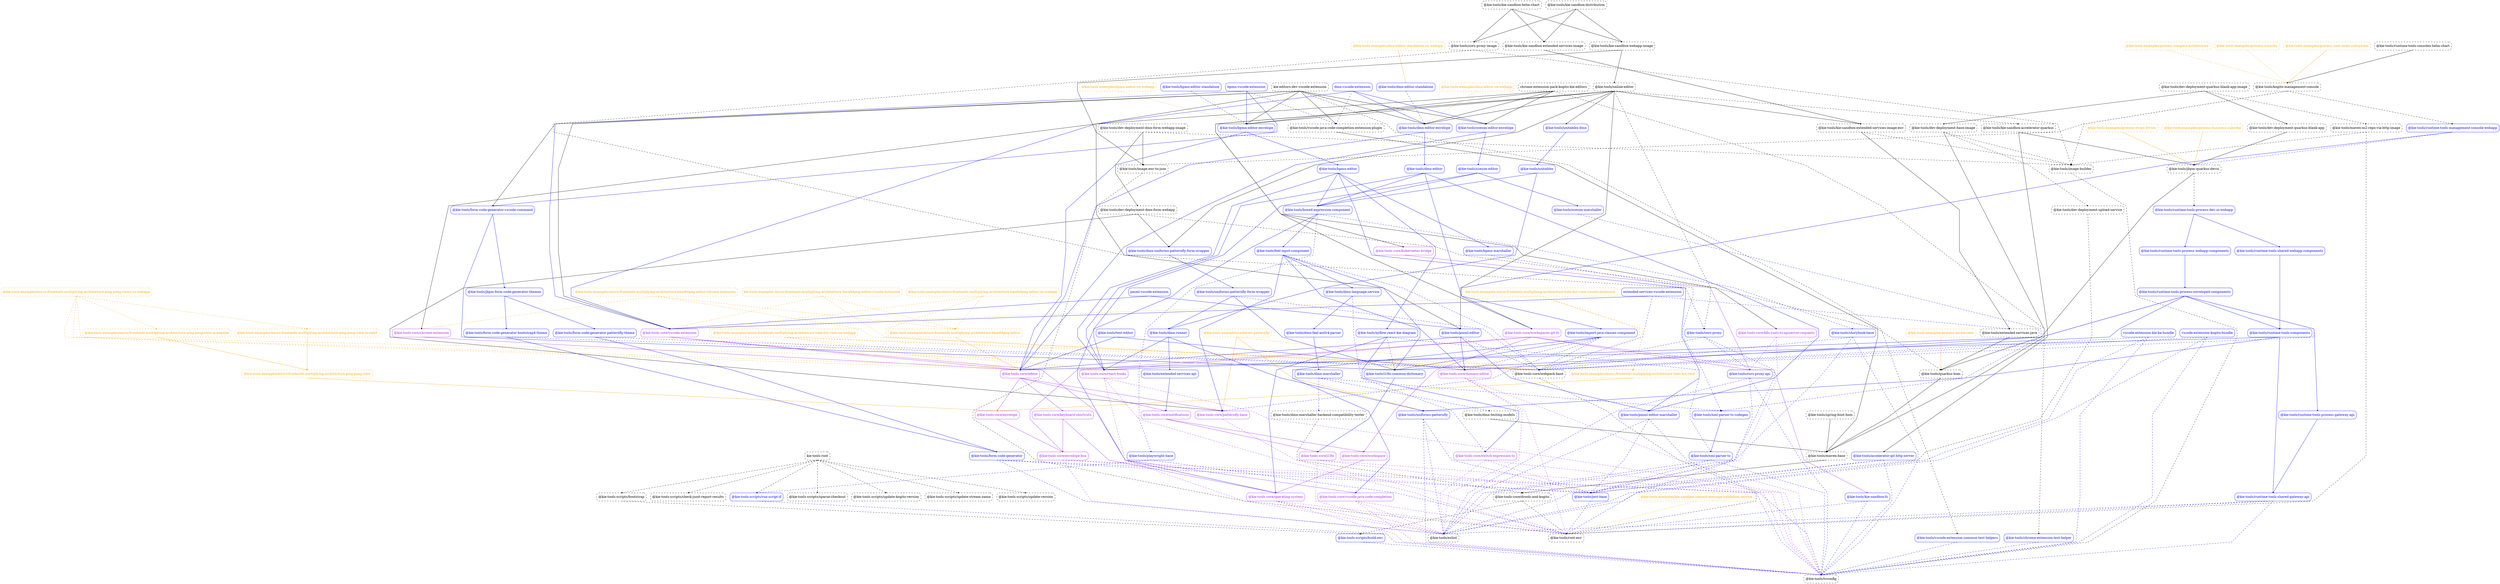
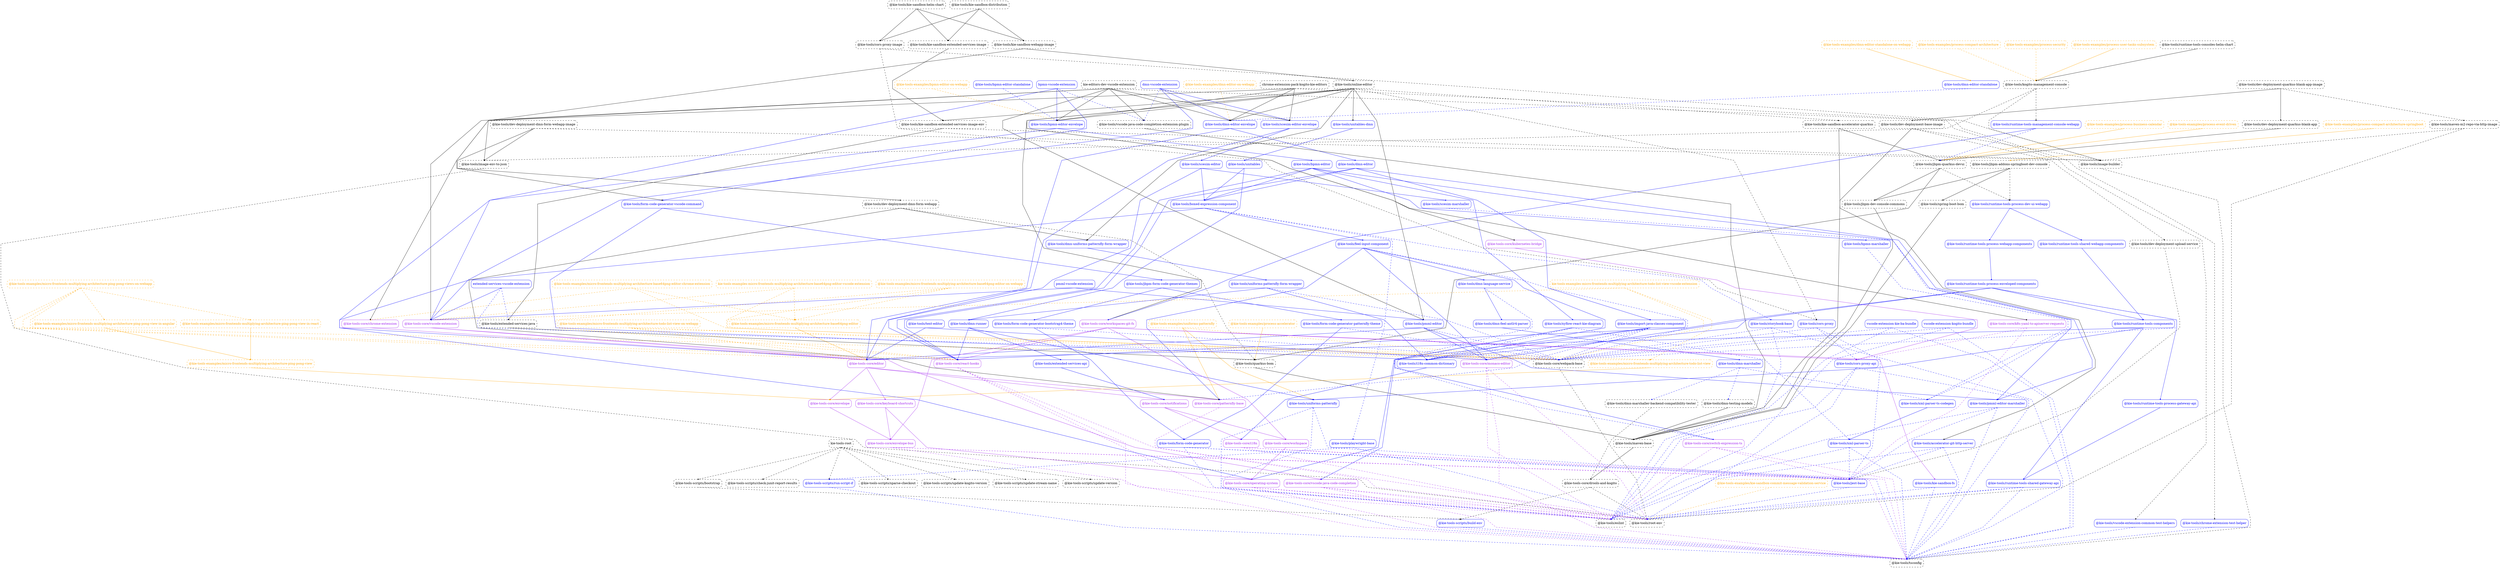
digraph G {
  graph [ ranksep =2, splines = "polyline", rankdir =TB, ordering = "out" ];
  node [ shape =box ];
  edge [ headport = "n", tailport = "s", arrowhead =dot, arrowsize =0.5 ];
  "kie-tools-root" [ color = "black", fontcolor = "black", style = "dashed, rounded" ];
  "@kie-tools-scripts/bootstrap" [ color = "black", fontcolor = "black", style = "dashed, rounded" ];
  "@kie-tools-scripts/check-junit-report-results" [ color = "black", fontcolor = "black", style = "dashed, rounded" ];
  "@kie-tools-scripts/run-script-if" [ color = "blue", fontcolor = "blue", style = "rounded" ];
  "@kie-tools-scripts/sparse-checkout" [ color = "black", fontcolor = "black", style = "dashed, rounded" ];
  "@kie-tools-scripts/update-kogito-version" [ color = "black", fontcolor = "black", style = "dashed, rounded" ];
  "@kie-tools-scripts/update-stream-name" [ color = "black", fontcolor = "black", style = "dashed, rounded" ];
  "@kie-tools-scripts/update-version" [ color = "black", fontcolor = "black", style = "dashed, rounded" ];
  "@kie-tools-examples/bpmn-editor-on-webapp" [ color = "orange", fontcolor = "orange", style = "dashed, rounded" ];
  "@kie-tools/bpmn-editor-envelope" [ color = "blue", fontcolor = "blue", style = "rounded" ];
  "@kie-tools-examples/dmn-editor-on-webapp" [ color = "orange", fontcolor = "orange", style = "dashed, rounded" ];
  "@kie-tools/dmn-editor-envelope" [ color = "blue", fontcolor = "blue", style = "rounded" ];
  "@kie-tools-examples/dmn-editor-standalone-on-webapp" [ color = "orange", fontcolor = "orange", style = "dashed, rounded" ];
  "@kie-tools/dmn-editor-standalone" [ color = "blue", fontcolor = "blue", style = "rounded" ];
  "@kie-tools-examples/kie-sandbox-commit-message-validation-service" [ color = "orange", fontcolor = "orange", style = "dashed, rounded" ];
  "@kie-tools/root-env" [ color = "black", fontcolor = "black", style = "dashed, rounded" ];
  "@kie-tools-examples/micro-frontends-multiplying-architecture-base64png-editor" [ color = "orange", fontcolor = "orange", style = "dashed, rounded" ];
  "@kie-tools-core/editor" [ color = "purple", fontcolor = "purple", style = "rounded" ];
  "@kie-tools-examples/micro-frontends-multiplying-architecture-base64png-editor-chrome-extension" [ color = "orange", fontcolor = "orange", style = "dashed, rounded" ];
  "@kie-tools-core/chrome-extension" [ color = "purple", fontcolor = "purple", style = "rounded" ];
  "@kie-tools-core/webpack-base" [ color = "black", fontcolor = "black", style = "dashed, rounded" ];
  "@kie-tools-examples/micro-frontends-multiplying-architecture-base64png-editor-on-webapp" [ color = "orange", fontcolor = "orange", style = "dashed, rounded" ];
  "@kie-tools-core/react-hooks" [ color = "purple", fontcolor = "purple", style = "rounded" ];
  "kie-tools-examples-micro-frontends-multiplying-architecture-base64png-editor-vscode-extension" [ color = "orange", fontcolor = "orange", style = "dashed, rounded" ];
  "@kie-tools-core/vscode-extension" [ color = "purple", fontcolor = "purple", style = "rounded" ];
  "@kie-tools-examples/micro-frontends-multiplying-architecture-ping-pong-view" [ color = "orange", fontcolor = "orange", style = "dashed, rounded" ];
  "@kie-tools-core/envelope" [ color = "purple", fontcolor = "purple", style = "rounded" ];
  "@kie-tools-examples/micro-frontends-multiplying-architecture-ping-pong-view-in-angular" [ color = "orange", fontcolor = "orange", style = "dashed, rounded" ];
  "@kie-tools-examples/micro-frontends-multiplying-architecture-ping-pong-view-in-react" [ color = "orange", fontcolor = "orange", style = "dashed, rounded" ];
  "@kie-tools-examples/micro-frontends-multiplying-architecture-ping-pong-views-on-webapp" [ color = "orange", fontcolor = "orange", style = "dashed, rounded" ];
  "@kie-tools-examples/micro-frontends-multiplying-architecture-todo-list-view" [ color = "orange", fontcolor = "orange", style = "dashed, rounded" ];
  "@kie-tools-examples/micro-frontends-multiplying-architecture-todo-list-view-on-webapp" [ color = "orange", fontcolor = "orange", style = "dashed, rounded" ];
  "kie-tools-examples-micro-frontends-multiplying-architecture-todo-list-view-vscode-extension" [ color = "orange", fontcolor = "orange", style = "dashed, rounded" ];
  "@kie-tools-examples/process-accelerator" [ color = "orange", fontcolor = "orange", style = "dashed, rounded" ];
  "@kie-tools/quarkus-bom" [ color = "black", fontcolor = "black", style = "dashed, rounded" ];
  "@kie-tools-examples/process-business-calendar" [ color = "orange", fontcolor = "orange", style = "dashed, rounded" ];
  "@kie-tools/jbpm-quarkus-devui" [ color = "black", fontcolor = "black", style = "dashed, rounded" ];
  "@kie-tools-examples/process-compact-architecture" [ color = "orange", fontcolor = "orange", style = "dashed, rounded" ];
  "@kie-tools/kogito-management-console" [ color = "black", fontcolor = "black", style = "dashed, rounded" ];
+   "@kie-tools-examples/process-compact-architecture-springboot" [ color = "orange", fontcolor = "orange", style = "dashed, rounded" ];
+   "@kie-tools/jbpm-addons-springboot-dev-console" [ color = "black", fontcolor = "black", style = "dashed, rounded" ];
  "@kie-tools-examples/process-event-driven" [ color = "orange", fontcolor = "orange", style = "dashed, rounded" ];
  "@kie-tools-examples/process-security" [ color = "orange", fontcolor = "orange", style = "dashed, rounded" ];
  "@kie-tools-examples/process-user-tasks-subsystem" [ color = "orange", fontcolor = "orange", style = "dashed, rounded" ];
  "@kie-tools-examples/uniforms-patternfly" [ color = "orange", fontcolor = "orange", style = "dashed, rounded" ];
  "@kie-tools-core/patternfly-base" [ color = "purple", fontcolor = "purple", style = "rounded" ];
  "@kie-tools/uniforms-patternfly" [ color = "blue", fontcolor = "blue", style = "rounded" ];
  "@kie-tools/accelerator-git-http-server" [ color = "blue", fontcolor = "blue", style = "rounded" ];
  "@kie-tools/eslint" [ color = "black", fontcolor = "black", style = "dashed, rounded" ];
  "@kie-tools/jest-base" [ color = "blue", fontcolor = "blue", style = "rounded" ];
  "@kie-tools/tsconfig" [ color = "black", fontcolor = "black", style = "dashed, rounded" ];
  "@kie-tools/boxed-expression-component" [ color = "blue", fontcolor = "blue", style = "rounded" ];
  "@kie-tools-core/operating-system" [ color = "purple", fontcolor = "purple", style = "rounded" ];
  "@kie-tools/feel-input-component" [ color = "blue", fontcolor = "blue", style = "rounded" ];
  "@kie-tools/playwright-base" [ color = "blue", fontcolor = "blue", style = "rounded" ];
  "@kie-tools/storybook-base" [ color = "blue", fontcolor = "blue", style = "rounded" ];
  "@kie-tools/bpmn-editor" [ color = "blue", fontcolor = "blue", style = "rounded" ];
  "@kie-tools/bpmn-marshaller" [ color = "blue", fontcolor = "blue", style = "rounded" ];
  "@kie-tools/pmml-editor-marshaller" [ color = "blue", fontcolor = "blue", style = "rounded" ];
  "@kie-tools/xyflow-react-kie-diagram" [ color = "blue", fontcolor = "blue", style = "rounded" ];
  "@kie-tools/bpmn-editor-standalone" [ color = "blue", fontcolor = "blue", style = "rounded" ];
  "@kie-tools/xml-parser-ts-codegen" [ color = "blue", fontcolor = "blue", style = "rounded" ];
  "bpmn-vscode-extension" [ color = "blue", fontcolor = "blue", style = "rounded" ];
  "@kie-tools/form-code-generator-vscode-command" [ color = "blue", fontcolor = "blue", style = "rounded" ];
  "@kie-tools/vscode-java-code-completion-extension-plugin" [ color = "black", fontcolor = "black", style = "dashed, rounded" ];
  "chrome-extension-pack-kogito-kie-editors" [ color = "black", fontcolor = "black", style = "dashed, rounded" ];
  "@kie-tools/scesim-editor-envelope" [ color = "blue", fontcolor = "blue", style = "rounded" ];
  "@kie-tools/chrome-extension-test-helper" [ color = "blue", fontcolor = "blue", style = "rounded" ];
  "@kie-tools/cors-proxy" [ color = "blue", fontcolor = "blue", style = "rounded" ];
  "@kie-tools/cors-proxy-api" [ color = "blue", fontcolor = "blue", style = "rounded" ];
  "@kie-tools/cors-proxy-image" [ color = "black", fontcolor = "black", style = "dashed, rounded" ];
  "@kie-tools/image-builder" [ color = "black", fontcolor = "black", style = "dashed, rounded" ];
  "@kie-tools/dev-deployment-base-image" [ color = "black", fontcolor = "black", style = "dashed, rounded" ];
  "@kie-tools/maven-base" [ color = "black", fontcolor = "black", style = "dashed, rounded" ];
  "@kie-tools/dev-deployment-upload-service" [ color = "black", fontcolor = "black", style = "dashed, rounded" ];
  "@kie-tools/dev-deployment-dmn-form-webapp" [ color = "black", fontcolor = "black", style = "dashed, rounded" ];
  "@kie-tools/dmn-uniforms-patternfly-form-wrapper" [ color = "blue", fontcolor = "blue", style = "rounded" ];
  "@kie-tools/dev-deployment-dmn-form-webapp-image" [ color = "black", fontcolor = "black", style = "dashed, rounded" ];
  "@kie-tools/image-env-to-json" [ color = "black", fontcolor = "black", style = "dashed, rounded" ];
  "@kie-tools/dev-deployment-quarkus-blank-app" [ color = "black", fontcolor = "black", style = "dashed, rounded" ];
  "@kie-tools/dev-deployment-quarkus-blank-app-image" [ color = "black", fontcolor = "black", style = "dashed, rounded" ];
  "@kie-tools/maven-m2-repo-via-http-image" [ color = "black", fontcolor = "black", style = "dashed, rounded" ];
  "@kie-tools/dmn-editor" [ color = "blue", fontcolor = "blue", style = "rounded" ];
  "@kie-tools/import-java-classes-component" [ color = "blue", fontcolor = "blue", style = "rounded" ];
  "@kie-tools/dmn-feel-antlr4-parser" [ color = "blue", fontcolor = "blue", style = "rounded" ];
  "@kie-tools/dmn-marshaller" [ color = "blue", fontcolor = "blue", style = "rounded" ];
  "@kie-tools/dmn-language-service" [ color = "blue", fontcolor = "blue", style = "rounded" ];
  "@kie-tools-core/switch-expression-ts" [ color = "purple", fontcolor = "purple", style = "rounded" ];
  "@kie-tools/dmn-marshaller-backend-compatibility-tester" [ color = "black", fontcolor = "black", style = "dashed, rounded" ];
  "@kie-tools/dmn-testing-models" [ color = "black", fontcolor = "black", style = "dashed, rounded" ];
  "@kie-tools-core/drools-and-kogito" [ color = "black", fontcolor = "black", style = "dashed, rounded" ];
  "@kie-tools/dmn-runner" [ color = "blue", fontcolor = "blue", style = "rounded" ];
  "@kie-tools/extended-services-api" [ color = "blue", fontcolor = "blue", style = "rounded" ];
  "@kie-tools/uniforms-patternfly-form-wrapper" [ color = "blue", fontcolor = "blue", style = "rounded" ];
  "dmn-vscode-extension" [ color = "blue", fontcolor = "blue", style = "rounded" ];
  "@kie-tools-scripts/build-env" [ color = "blue", fontcolor = "blue", style = "rounded" ];
  "@kie-tools-core/keyboard-shortcuts" [ color = "purple", fontcolor = "purple", style = "rounded" ];
  "@kie-tools-core/notifications" [ color = "purple", fontcolor = "purple", style = "rounded" ];
  "@kie-tools-core/envelope-bus" [ color = "purple", fontcolor = "purple", style = "rounded" ];
  "@kie-tools/extended-services-java" [ color = "black", fontcolor = "black", style = "dashed, rounded" ];
  "extended-services-vscode-extension" [ color = "blue", fontcolor = "blue", style = "rounded" ];
  "@kie-tools-core/monaco-editor" [ color = "purple", fontcolor = "purple", style = "rounded" ];
  "@kie-tools/i18n-common-dictionary" [ color = "blue", fontcolor = "blue", style = "rounded" ];
  "@kie-tools/form-code-generator" [ color = "blue", fontcolor = "blue", style = "rounded" ];
  "@kie-tools/form-code-generator-bootstrap4-theme" [ color = "blue", fontcolor = "blue", style = "rounded" ];
  "@kie-tools/form-code-generator-patternfly-theme" [ color = "blue", fontcolor = "blue", style = "rounded" ];
  "@kie-tools/jbpm-form-code-generator-themes" [ color = "blue", fontcolor = "blue", style = "rounded" ];
  "@kie-tools-core/i18n" [ color = "purple", fontcolor = "purple", style = "rounded" ];
  "@kie-tools-core/vscode-java-code-completion" [ color = "purple", fontcolor = "purple", style = "rounded" ];
+   "@kie-tools/jbpm-dev-console-commons" [ color = "black", fontcolor = "black", style = "dashed, rounded" ];
+   "@kie-tools/spring-boot-bom" [ color = "black", fontcolor = "black", style = "dashed, rounded" ];
  "@kie-tools/runtime-tools-process-dev-ui-webapp" [ color = "blue", fontcolor = "blue", style = "rounded" ];
  "@kie-tools-core/k8s-yaml-to-apiserver-requests" [ color = "purple", fontcolor = "purple", style = "rounded" ];
  "kie-editors-dev-vscode-extension" [ color = "black", fontcolor = "black", style = "dashed, rounded" ];
  "@kie-tools/pmml-editor" [ color = "blue", fontcolor = "blue", style = "rounded" ];
  "@kie-tools/vscode-extension-common-test-helpers" [ color = "blue", fontcolor = "blue", style = "rounded" ];
  "@kie-tools/kie-sandbox-accelerator-quarkus" [ color = "black", fontcolor = "black", style = "dashed, rounded" ];
  "@kie-tools/kie-sandbox-distribution" [ color = "black", fontcolor = "black", style = "dashed, rounded" ];
  "@kie-tools/kie-sandbox-extended-services-image" [ color = "black", fontcolor = "black", style = "dashed, rounded" ];
  "@kie-tools/kie-sandbox-webapp-image" [ color = "black", fontcolor = "black", style = "dashed, rounded" ];
  "@kie-tools/kie-sandbox-extended-services-image-env" [ color = "black", fontcolor = "black", style = "dashed, rounded" ];
  "@kie-tools/kie-sandbox-fs" [ color = "blue", fontcolor = "blue", style = "rounded" ];
  "@kie-tools/kie-sandbox-helm-chart" [ color = "black", fontcolor = "black", style = "dashed, rounded" ];
  "@kie-tools/online-editor" [ color = "black", fontcolor = "black", style = "dashed, rounded" ];
  "@kie-tools/runtime-tools-management-console-webapp" [ color = "blue", fontcolor = "blue", style = "rounded" ];
  "@kie-tools-core/kubernetes-bridge" [ color = "purple", fontcolor = "purple", style = "rounded" ];
  "@kie-tools-core/workspace" [ color = "purple", fontcolor = "purple", style = "rounded" ];
  "@kie-tools-core/workspaces-git-fs" [ color = "purple", fontcolor = "purple", style = "rounded" ];
  "@kie-tools/unitables-dmn" [ color = "blue", fontcolor = "blue", style = "rounded" ];
  "pmml-vscode-extension" [ color = "blue", fontcolor = "blue", style = "rounded" ];
  "@kie-tools/runtime-tools-components" [ color = "blue", fontcolor = "blue", style = "rounded" ];
  "@kie-tools/runtime-tools-shared-gateway-api" [ color = "blue", fontcolor = "blue", style = "rounded" ];
  "@kie-tools/runtime-tools-consoles-helm-chart" [ color = "black", fontcolor = "black", style = "dashed, rounded" ];
  "@kie-tools/runtime-tools-process-webapp-components" [ color = "blue", fontcolor = "blue", style = "rounded" ];
  "@kie-tools/runtime-tools-shared-webapp-components" [ color = "blue", fontcolor = "blue", style = "rounded" ];
  "@kie-tools/runtime-tools-process-enveloped-components" [ color = "blue", fontcolor = "blue", style = "rounded" ];
  "@kie-tools/runtime-tools-process-gateway-api" [ color = "blue", fontcolor = "blue", style = "rounded" ];
  "@kie-tools/scesim-editor" [ color = "blue", fontcolor = "blue", style = "rounded" ];
  "@kie-tools/scesim-marshaller" [ color = "blue", fontcolor = "blue", style = "rounded" ];
-   "@kie-tools/spring-boot-bom" [ color = "black", fontcolor = "black", style = "dashed, rounded" ];
  "@kie-tools/text-editor" [ color = "blue", fontcolor = "blue", style = "rounded" ];
  "@kie-tools/unitables" [ color = "blue", fontcolor = "blue", style = "rounded" ];
  "vscode-extension-kie-ba-bundle" [ color = "blue", fontcolor = "blue", style = "rounded" ];
  "vscode-extension-kogito-bundle" [ color = "blue", fontcolor = "blue", style = "rounded" ];
  "@kie-tools/xml-parser-ts" [ color = "blue", fontcolor = "blue", style = "rounded" ];
  "kie-tools-root" -> "@kie-tools-scripts/bootstrap" [ style = "dashed", color = "black" ];
  "kie-tools-root" -> "@kie-tools-scripts/check-junit-report-results" [ style = "dashed", color = "black" ];
  "kie-tools-root" -> "@kie-tools-scripts/run-script-if" [ style = "dashed", color = "black" ];
  "kie-tools-root" -> "@kie-tools-scripts/sparse-checkout" [ style = "dashed", color = "black" ];
  "kie-tools-root" -> "@kie-tools-scripts/update-kogito-version" [ style = "dashed", color = "black" ];
  "kie-tools-root" -> "@kie-tools-scripts/update-stream-name" [ style = "dashed", color = "black" ];
  "kie-tools-root" -> "@kie-tools-scripts/update-version" [ style = "dashed", color = "black" ];
  "@kie-tools-examples/bpmn-editor-on-webapp" -> "@kie-tools/bpmn-editor-envelope" [ style = "dashed", color = "orange" ];
  "@kie-tools-examples/dmn-editor-on-webapp" -> "@kie-tools/dmn-editor-envelope" [ style = "dashed", color = "orange" ];
  "@kie-tools-examples/dmn-editor-standalone-on-webapp" -> "@kie-tools/dmn-editor-standalone" [ style = "solid", color = "orange" ];
  "@kie-tools-examples/kie-sandbox-commit-message-validation-service" -> "@kie-tools/root-env" [ style = "dashed", color = "orange" ];
  "@kie-tools-examples/micro-frontends-multiplying-architecture-base64png-editor" -> "@kie-tools-core/editor" [ style = "solid", color = "orange" ];
  "@kie-tools-examples/micro-frontends-multiplying-architecture-base64png-editor-chrome-extension" -> "@kie-tools-core/chrome-extension" [ style = "dashed", color = "orange" ];
  "@kie-tools-examples/micro-frontends-multiplying-architecture-base64png-editor-chrome-extension" -> "@kie-tools-core/webpack-base" [ style = "dashed", color = "orange" ];
  "@kie-tools-examples/micro-frontends-multiplying-architecture-base64png-editor-chrome-extension" -> "@kie-tools-examples/micro-frontends-multiplying-architecture-base64png-editor" [ style = "dashed", color = "orange" ];
  "@kie-tools-examples/micro-frontends-multiplying-architecture-base64png-editor-on-webapp" -> "@kie-tools-core/react-hooks" [ style = "dashed", color = "orange" ];
  "@kie-tools-examples/micro-frontends-multiplying-architecture-base64png-editor-on-webapp" -> "@kie-tools-core/webpack-base" [ style = "dashed", color = "orange" ];
  "@kie-tools-examples/micro-frontends-multiplying-architecture-base64png-editor-on-webapp" -> "@kie-tools-examples/micro-frontends-multiplying-architecture-base64png-editor" [ style = "dashed", color = "orange" ];
  "kie-tools-examples-micro-frontends-multiplying-architecture-base64png-editor-vscode-extension" -> "@kie-tools-core/vscode-extension" [ style = "dashed", color = "orange" ];
  "kie-tools-examples-micro-frontends-multiplying-architecture-base64png-editor-vscode-extension" -> "@kie-tools-core/webpack-base" [ style = "dashed", color = "orange" ];
  "kie-tools-examples-micro-frontends-multiplying-architecture-base64png-editor-vscode-extension" -> "@kie-tools-examples/micro-frontends-multiplying-architecture-base64png-editor" [ style = "dashed", color = "orange" ];
  "@kie-tools-examples/micro-frontends-multiplying-architecture-ping-pong-view" -> "@kie-tools-core/envelope" [ style = "solid", color = "orange" ];
  "@kie-tools-examples/micro-frontends-multiplying-architecture-ping-pong-view-in-angular" -> "@kie-tools-examples/micro-frontends-multiplying-architecture-ping-pong-view" [ style = "solid", color = "orange" ];
  "@kie-tools-examples/micro-frontends-multiplying-architecture-ping-pong-view-in-react" -> "@kie-tools-examples/micro-frontends-multiplying-architecture-ping-pong-view" [ style = "solid", color = "orange" ];
  "@kie-tools-examples/micro-frontends-multiplying-architecture-ping-pong-views-on-webapp" -> "@kie-tools-core/editor" [ style = "dashed", color = "orange" ];
  "@kie-tools-examples/micro-frontends-multiplying-architecture-ping-pong-views-on-webapp" -> "@kie-tools-core/react-hooks" [ style = "dashed", color = "orange" ];
  "@kie-tools-examples/micro-frontends-multiplying-architecture-ping-pong-views-on-webapp" -> "@kie-tools-core/webpack-base" [ style = "dashed", color = "orange" ];
  "@kie-tools-examples/micro-frontends-multiplying-architecture-ping-pong-views-on-webapp" -> "@kie-tools-examples/micro-frontends-multiplying-architecture-ping-pong-view-in-angular" [ style = "dashed", color = "orange" ];
  "@kie-tools-examples/micro-frontends-multiplying-architecture-ping-pong-views-on-webapp" -> "@kie-tools-examples/micro-frontends-multiplying-architecture-ping-pong-view-in-react" [ style = "dashed", color = "orange" ];
  "@kie-tools-examples/micro-frontends-multiplying-architecture-todo-list-view" -> "@kie-tools-core/envelope" [ style = "solid", color = "orange" ];
  "@kie-tools-examples/micro-frontends-multiplying-architecture-todo-list-view-on-webapp" -> "@kie-tools-core/editor" [ style = "dashed", color = "orange" ];
  "@kie-tools-examples/micro-frontends-multiplying-architecture-todo-list-view-on-webapp" -> "@kie-tools-core/react-hooks" [ style = "dashed", color = "orange" ];
  "@kie-tools-examples/micro-frontends-multiplying-architecture-todo-list-view-on-webapp" -> "@kie-tools-core/webpack-base" [ style = "dashed", color = "orange" ];
  "@kie-tools-examples/micro-frontends-multiplying-architecture-todo-list-view-on-webapp" -> "@kie-tools-examples/micro-frontends-multiplying-architecture-todo-list-view" [ style = "dashed", color = "orange" ];
  "kie-tools-examples-micro-frontends-multiplying-architecture-todo-list-view-vscode-extension" -> "@kie-tools-core/vscode-extension" [ style = "dashed", color = "orange" ];
  "kie-tools-examples-micro-frontends-multiplying-architecture-todo-list-view-vscode-extension" -> "@kie-tools-core/webpack-base" [ style = "dashed", color = "orange" ];
  "kie-tools-examples-micro-frontends-multiplying-architecture-todo-list-view-vscode-extension" -> "@kie-tools-examples/micro-frontends-multiplying-architecture-todo-list-view" [ style = "dashed", color = "orange" ];
  "@kie-tools-examples/process-accelerator" -> "@kie-tools/quarkus-bom" [ style = "solid", color = "orange" ];
  "@kie-tools-examples/process-business-calendar" -> "@kie-tools/jbpm-quarkus-devui" [ style = "solid", color = "orange" ];
  "@kie-tools-examples/process-compact-architecture" -> "@kie-tools/kogito-management-console" [ style = "dashed", color = "orange" ];
+   "@kie-tools-examples/process-compact-architecture-springboot" -> "@kie-tools/jbpm-addons-springboot-dev-console" [ style = "solid", color = "orange" ];
  "@kie-tools-examples/process-event-driven" -> "@kie-tools/jbpm-quarkus-devui" [ style = "solid", color = "orange" ];
  "@kie-tools-examples/process-security" -> "@kie-tools/kogito-management-console" [ style = "dashed", color = "orange" ];
  "@kie-tools-examples/process-user-tasks-subsystem" -> "@kie-tools/kogito-management-console" [ style = "solid", color = "orange" ];
  "@kie-tools-examples/uniforms-patternfly" -> "@kie-tools-core/patternfly-base" [ style = "solid", color = "orange" ];
  "@kie-tools-examples/uniforms-patternfly" -> "@kie-tools/uniforms-patternfly" [ style = "solid", color = "orange" ];
  "@kie-tools-examples/uniforms-patternfly" -> "@kie-tools-core/webpack-base" [ style = "dashed", color = "orange" ];
  "@kie-tools/accelerator-git-http-server" -> "@kie-tools/eslint" [ style = "dashed", color = "blue" ];
  "@kie-tools/accelerator-git-http-server" -> "@kie-tools/jest-base" [ style = "dashed", color = "blue" ];
  "@kie-tools/accelerator-git-http-server" -> "@kie-tools/tsconfig" [ style = "dashed", color = "blue" ];
  "@kie-tools/boxed-expression-component" -> "@kie-tools-core/operating-system" [ style = "solid", color = "blue" ];
  "@kie-tools/boxed-expression-component" -> "@kie-tools/feel-input-component" [ style = "solid", color = "blue" ];
  "@kie-tools/boxed-expression-component" -> "@kie-tools/playwright-base" [ style = "dashed", color = "blue" ];
  "@kie-tools/boxed-expression-component" -> "@kie-tools/storybook-base" [ style = "dashed", color = "blue" ];
  "@kie-tools/bpmn-editor" -> "@kie-tools-core/react-hooks" [ style = "solid", color = "blue" ];
  "@kie-tools/bpmn-editor" -> "@kie-tools/boxed-expression-component" [ style = "solid", color = "blue" ];
  "@kie-tools/bpmn-editor" -> "@kie-tools/bpmn-marshaller" [ style = "solid", color = "blue" ];
  "@kie-tools/bpmn-editor" -> "@kie-tools/pmml-editor-marshaller" [ style = "solid", color = "blue" ];
  "@kie-tools/bpmn-editor" -> "@kie-tools/xyflow-react-kie-diagram" [ style = "solid", color = "blue" ];
  "@kie-tools/bpmn-editor-envelope" -> "@kie-tools-core/editor" [ style = "solid", color = "blue" ];
  "@kie-tools/bpmn-editor-envelope" -> "@kie-tools/bpmn-editor" [ style = "solid", color = "blue" ];
  "@kie-tools/bpmn-editor-standalone" -> "@kie-tools/bpmn-editor-envelope" [ style = "dashed", color = "blue" ];
  "@kie-tools/bpmn-marshaller" -> "@kie-tools/xml-parser-ts-codegen" [ style = "dashed", color = "blue" ];
  "bpmn-vscode-extension" -> "@kie-tools-core/vscode-extension" [ style = "solid", color = "blue" ];
  "bpmn-vscode-extension" -> "@kie-tools/bpmn-editor-envelope" [ style = "solid", color = "blue" ];
  "bpmn-vscode-extension" -> "@kie-tools/form-code-generator-vscode-command" [ style = "solid", color = "blue" ];
  "bpmn-vscode-extension" -> "@kie-tools/vscode-java-code-completion-extension-plugin" [ style = "dashed", color = "blue" ];
  "@kie-tools-core/chrome-extension" -> "@kie-tools-core/editor" [ style = "solid", color = "purple" ];
  "chrome-extension-pack-kogito-kie-editors" -> "@kie-tools-core/chrome-extension" [ style = "solid", color = "black" ];
  "chrome-extension-pack-kogito-kie-editors" -> "@kie-tools/bpmn-editor-envelope" [ style = "solid", color = "black" ];
  "chrome-extension-pack-kogito-kie-editors" -> "@kie-tools/dmn-editor-envelope" [ style = "solid", color = "black" ];
  "chrome-extension-pack-kogito-kie-editors" -> "@kie-tools/scesim-editor-envelope" [ style = "solid", color = "black" ];
  "chrome-extension-pack-kogito-kie-editors" -> "@kie-tools/chrome-extension-test-helper" [ style = "dashed", color = "black" ];
  "@kie-tools/chrome-extension-test-helper" -> "@kie-tools/tsconfig" [ style = "dashed", color = "blue" ];
  "@kie-tools/cors-proxy" -> "@kie-tools-core/webpack-base" [ style = "dashed", color = "blue" ];
  "@kie-tools/cors-proxy" -> "@kie-tools/cors-proxy-api" [ style = "dashed", color = "blue" ];
  "@kie-tools/cors-proxy" -> "@kie-tools/jest-base" [ style = "dashed", color = "blue" ];
  "@kie-tools/cors-proxy-api" -> "@kie-tools/eslint" [ style = "dashed", color = "blue" ];
  "@kie-tools/cors-proxy-api" -> "@kie-tools/root-env" [ style = "dashed", color = "blue" ];
  "@kie-tools/cors-proxy-api" -> "@kie-tools/tsconfig" [ style = "dashed", color = "blue" ];
  "@kie-tools/cors-proxy-image" -> "@kie-tools/cors-proxy" [ style = "dashed", color = "black" ];
  "@kie-tools/cors-proxy-image" -> "@kie-tools/image-builder" [ style = "dashed", color = "black" ];
  "@kie-tools/dev-deployment-base-image" -> "@kie-tools/maven-base" [ style = "solid", color = "black" ];
  "@kie-tools/dev-deployment-base-image" -> "@kie-tools/dev-deployment-upload-service" [ style = "dashed", color = "black" ];
  "@kie-tools/dev-deployment-base-image" -> "@kie-tools/image-builder" [ style = "dashed", color = "black" ];
  "@kie-tools/dev-deployment-dmn-form-webapp" -> "@kie-tools-core/patternfly-base" [ style = "solid", color = "black" ];
  "@kie-tools/dev-deployment-dmn-form-webapp" -> "@kie-tools/dmn-uniforms-patternfly-form-wrapper" [ style = "solid", color = "black" ];
  "@kie-tools/dev-deployment-dmn-form-webapp" -> "@kie-tools/quarkus-bom" [ style = "dashed", color = "black" ];
  "@kie-tools/dev-deployment-dmn-form-webapp-image" -> "@kie-tools/dev-deployment-dmn-form-webapp" [ style = "solid", color = "black" ];
  "@kie-tools/dev-deployment-dmn-form-webapp-image" -> "@kie-tools/image-env-to-json" [ style = "solid", color = "black" ];
  "@kie-tools/dev-deployment-dmn-form-webapp-image" -> "@kie-tools/image-builder" [ style = "dashed", color = "black" ];
  "@kie-tools/dev-deployment-quarkus-blank-app" -> "@kie-tools/jbpm-quarkus-devui" [ style = "solid", color = "black" ];
  "@kie-tools/dev-deployment-quarkus-blank-app-image" -> "@kie-tools/dev-deployment-base-image" [ style = "solid", color = "black" ];
  "@kie-tools/dev-deployment-quarkus-blank-app-image" -> "@kie-tools/dev-deployment-quarkus-blank-app" [ style = "solid", color = "black" ];
  "@kie-tools/dev-deployment-quarkus-blank-app-image" -> "@kie-tools/maven-m2-repo-via-http-image" [ style = "dashed", color = "black" ];
  "@kie-tools/dev-deployment-upload-service" -> "@kie-tools/jest-base" [ style = "dashed", color = "black" ];
  "@kie-tools/dmn-editor" -> "@kie-tools-core/react-hooks" [ style = "solid", color = "blue" ];
  "@kie-tools/dmn-editor" -> "@kie-tools/boxed-expression-component" [ style = "solid", color = "blue" ];
  "@kie-tools/dmn-editor" -> "@kie-tools/import-java-classes-component" [ style = "solid", color = "blue" ];
  "@kie-tools/dmn-editor" -> "@kie-tools/pmml-editor-marshaller" [ style = "solid", color = "blue" ];
  "@kie-tools/dmn-editor-envelope" -> "@kie-tools-core/editor" [ style = "solid", color = "blue" ];
  "@kie-tools/dmn-editor-envelope" -> "@kie-tools/dmn-editor" [ style = "solid", color = "blue" ];
  "@kie-tools/dmn-editor-standalone" -> "@kie-tools/dmn-editor-envelope" [ style = "dashed", color = "blue" ];
  "@kie-tools/dmn-feel-antlr4-parser" -> "@kie-tools/dmn-marshaller" [ style = "solid", color = "blue" ];
  "@kie-tools/dmn-language-service" -> "@kie-tools/dmn-feel-antlr4-parser" [ style = "solid", color = "blue" ];
  "@kie-tools/dmn-language-service" -> "@kie-tools-core/switch-expression-ts" [ style = "dashed", color = "blue" ];
  "@kie-tools/dmn-marshaller" -> "@kie-tools/dmn-marshaller-backend-compatibility-tester" [ style = "dashed", color = "blue" ];
  "@kie-tools/dmn-marshaller" -> "@kie-tools/dmn-testing-models" [ style = "dashed", color = "blue" ];
  "@kie-tools/dmn-marshaller" -> "@kie-tools/xml-parser-ts-codegen" [ style = "dashed", color = "blue" ];
  "@kie-tools/dmn-marshaller-backend-compatibility-tester" -> "@kie-tools-core/drools-and-kogito" [ style = "dashed", color = "black" ];
  "@kie-tools/dmn-runner" -> "@kie-tools-core/react-hooks" [ style = "solid", color = "blue" ];
  "@kie-tools/dmn-runner" -> "@kie-tools/extended-services-api" [ style = "solid", color = "blue" ];
  "@kie-tools/dmn-runner" -> "@kie-tools/uniforms-patternfly" [ style = "solid", color = "blue" ];
  "@kie-tools/dmn-testing-models" -> "@kie-tools/maven-base" [ style = "solid", color = "black" ];
  "@kie-tools/dmn-uniforms-patternfly-form-wrapper" -> "@kie-tools/uniforms-patternfly-form-wrapper" [ style = "solid", color = "blue" ];
  "dmn-vscode-extension" -> "@kie-tools-core/vscode-extension" [ style = "solid", color = "blue" ];
  "dmn-vscode-extension" -> "@kie-tools/dmn-editor-envelope" [ style = "solid", color = "blue" ];
  "dmn-vscode-extension" -> "@kie-tools/scesim-editor-envelope" [ style = "solid", color = "blue" ];
  "dmn-vscode-extension" -> "@kie-tools/vscode-java-code-completion-extension-plugin" [ style = "dashed", color = "blue" ];
  "@kie-tools-core/drools-and-kogito" -> "@kie-tools-scripts/build-env" [ style = "dashed", color = "black" ];
  "@kie-tools-core/drools-and-kogito" -> "@kie-tools/root-env" [ style = "dashed", color = "black" ];
  "@kie-tools-core/editor" -> "@kie-tools-core/envelope" [ style = "solid", color = "purple" ];
  "@kie-tools-core/editor" -> "@kie-tools-core/keyboard-shortcuts" [ style = "solid", color = "purple" ];
  "@kie-tools-core/editor" -> "@kie-tools-core/notifications" [ style = "solid", color = "purple" ];
  "@kie-tools-core/editor" -> "@kie-tools-core/patternfly-base" [ style = "solid", color = "purple" ];
  "@kie-tools-core/envelope" -> "@kie-tools-core/envelope-bus" [ style = "solid", color = "purple" ];
  "@kie-tools-core/envelope-bus" -> "@kie-tools/eslint" [ style = "dashed", color = "purple" ];
  "@kie-tools-core/envelope-bus" -> "@kie-tools/jest-base" [ style = "dashed", color = "purple" ];
  "@kie-tools-core/envelope-bus" -> "@kie-tools/tsconfig" [ style = "dashed", color = "purple" ];
  "@kie-tools/extended-services-api" -> "@kie-tools-core/notifications" [ style = "solid", color = "blue" ];
  "@kie-tools/extended-services-java" -> "@kie-tools/quarkus-bom" [ style = "solid", color = "black" ];
  "extended-services-vscode-extension" -> "@kie-tools-core/vscode-extension" [ style = "solid", color = "blue" ];
  "extended-services-vscode-extension" -> "@kie-tools-core/webpack-base" [ style = "dashed", color = "blue" ];
  "extended-services-vscode-extension" -> "@kie-tools/extended-services-java" [ style = "dashed", color = "blue" ];
  "@kie-tools/feel-input-component" -> "@kie-tools-core/monaco-editor" [ style = "solid", color = "blue" ];
  "@kie-tools/feel-input-component" -> "@kie-tools-core/patternfly-base" [ style = "solid", color = "blue" ];
  "@kie-tools/feel-input-component" -> "@kie-tools/dmn-language-service" [ style = "solid", color = "blue" ];
  "@kie-tools/feel-input-component" -> "@kie-tools/i18n-common-dictionary" [ style = "solid", color = "blue" ];
  "@kie-tools/feel-input-component" -> "@kie-tools-core/webpack-base" [ style = "dashed", color = "blue" ];
  "@kie-tools/form-code-generator" -> "@kie-tools/eslint" [ style = "dashed", color = "blue" ];
  "@kie-tools/form-code-generator" -> "@kie-tools/jest-base" [ style = "dashed", color = "blue" ];
  "@kie-tools/form-code-generator" -> "@kie-tools/tsconfig" [ style = "dashed", color = "blue" ];
  "@kie-tools/form-code-generator-bootstrap4-theme" -> "@kie-tools/form-code-generator" [ style = "solid", color = "blue" ];
  "@kie-tools/form-code-generator-bootstrap4-theme" -> "@kie-tools-core/webpack-base" [ style = "dashed", color = "blue" ];
  "@kie-tools/form-code-generator-patternfly-theme" -> "@kie-tools/form-code-generator" [ style = "solid", color = "blue" ];
  "@kie-tools/form-code-generator-patternfly-theme" -> "@kie-tools-core/webpack-base" [ style = "dashed", color = "blue" ];
  "@kie-tools/form-code-generator-vscode-command" -> "@kie-tools/i18n-common-dictionary" [ style = "solid", color = "blue" ];
  "@kie-tools/form-code-generator-vscode-command" -> "@kie-tools/jbpm-form-code-generator-themes" [ style = "solid", color = "blue" ];
  "@kie-tools-core/i18n" -> "@kie-tools/eslint" [ style = "dashed", color = "purple" ];
  "@kie-tools-core/i18n" -> "@kie-tools/jest-base" [ style = "dashed", color = "purple" ];
  "@kie-tools-core/i18n" -> "@kie-tools/tsconfig" [ style = "dashed", color = "purple" ];
  "@kie-tools/i18n-common-dictionary" -> "@kie-tools-core/i18n" [ style = "solid", color = "blue" ];
  "@kie-tools/image-builder" -> "@kie-tools/tsconfig" [ style = "dashed", color = "black" ];
  "@kie-tools/image-env-to-json" -> "@kie-tools/root-env" [ style = "dashed", color = "black" ];
  "@kie-tools/import-java-classes-component" -> "@kie-tools-core/vscode-java-code-completion" [ style = "solid", color = "blue" ];
  "@kie-tools/import-java-classes-component" -> "@kie-tools/i18n-common-dictionary" [ style = "solid", color = "blue" ];
  "@kie-tools/import-java-classes-component" -> "@kie-tools-core/monaco-editor" [ style = "dashed", color = "blue" ];
  "@kie-tools/import-java-classes-component" -> "@kie-tools-core/patternfly-base" [ style = "dashed", color = "blue" ];
  "@kie-tools/import-java-classes-component" -> "@kie-tools-core/webpack-base" [ style = "dashed", color = "blue" ];
+   "@kie-tools/jbpm-addons-springboot-dev-console" -> "@kie-tools/jbpm-dev-console-commons" [ style = "solid", color = "black" ];
+   "@kie-tools/jbpm-addons-springboot-dev-console" -> "@kie-tools/spring-boot-bom" [ style = "solid", color = "black" ];
+   "@kie-tools/jbpm-addons-springboot-dev-console" -> "@kie-tools/runtime-tools-process-dev-ui-webapp" [ style = "dashed", color = "black" ];
+   "@kie-tools/jbpm-dev-console-commons" -> "@kie-tools/maven-base" [ style = "solid", color = "black" ];
  "@kie-tools/jbpm-form-code-generator-themes" -> "@kie-tools/form-code-generator-bootstrap4-theme" [ style = "solid", color = "blue" ];
  "@kie-tools/jbpm-form-code-generator-themes" -> "@kie-tools/form-code-generator-patternfly-theme" [ style = "solid", color = "blue" ];
+   "@kie-tools/jbpm-quarkus-devui" -> "@kie-tools/jbpm-dev-console-commons" [ style = "solid", color = "black" ];
  "@kie-tools/jbpm-quarkus-devui" -> "@kie-tools/quarkus-bom" [ style = "solid", color = "black" ];
  "@kie-tools/jbpm-quarkus-devui" -> "@kie-tools/runtime-tools-process-dev-ui-webapp" [ style = "dashed", color = "black" ];
  "@kie-tools/jest-base" -> "@kie-tools/root-env" [ style = "dashed", color = "blue" ];
  "@kie-tools-core/k8s-yaml-to-apiserver-requests" -> "@kie-tools/cors-proxy-api" [ style = "dashed", color = "purple" ];
  "@kie-tools-core/k8s-yaml-to-apiserver-requests" -> "@kie-tools/jest-base" [ style = "dashed", color = "purple" ];
  "@kie-tools-core/keyboard-shortcuts" -> "@kie-tools-core/envelope-bus" [ style = "solid", color = "purple" ];
  "@kie-tools-core/keyboard-shortcuts" -> "@kie-tools-core/operating-system" [ style = "solid", color = "purple" ];
  "kie-editors-dev-vscode-extension" -> "@kie-tools-core/vscode-extension" [ style = "solid", color = "black" ];
  "kie-editors-dev-vscode-extension" -> "@kie-tools/bpmn-editor-envelope" [ style = "solid", color = "black" ];
  "kie-editors-dev-vscode-extension" -> "@kie-tools/dmn-editor-envelope" [ style = "solid", color = "black" ];
  "kie-editors-dev-vscode-extension" -> "@kie-tools/form-code-generator-vscode-command" [ style = "solid", color = "black" ];
  "kie-editors-dev-vscode-extension" -> "@kie-tools/pmml-editor" [ style = "solid", color = "black" ];
  "kie-editors-dev-vscode-extension" -> "@kie-tools/scesim-editor-envelope" [ style = "solid", color = "black" ];
  "kie-editors-dev-vscode-extension" -> "@kie-tools/vscode-java-code-completion-extension-plugin" [ style = "solid", color = "black" ];
  "kie-editors-dev-vscode-extension" -> "@kie-tools/vscode-extension-common-test-helpers" [ style = "dashed", color = "black" ];
  "@kie-tools/kie-sandbox-accelerator-quarkus" -> "@kie-tools/accelerator-git-http-server" [ style = "solid", color = "black" ];
  "@kie-tools/kie-sandbox-accelerator-quarkus" -> "@kie-tools/jbpm-quarkus-devui" [ style = "solid", color = "black" ];
  "@kie-tools/kie-sandbox-distribution" -> "@kie-tools/cors-proxy-image" [ style = "solid", color = "black" ];
  "@kie-tools/kie-sandbox-distribution" -> "@kie-tools/kie-sandbox-extended-services-image" [ style = "solid", color = "black" ];
  "@kie-tools/kie-sandbox-distribution" -> "@kie-tools/kie-sandbox-webapp-image" [ style = "solid", color = "black" ];
  "@kie-tools/kie-sandbox-extended-services-image" -> "@kie-tools/kie-sandbox-extended-services-image-env" [ style = "solid", color = "black" ];
  "@kie-tools/kie-sandbox-extended-services-image-env" -> "@kie-tools/extended-services-java" [ style = "solid", color = "black" ];
  "@kie-tools/kie-sandbox-extended-services-image-env" -> "@kie-tools/image-builder" [ style = "dashed", color = "black" ];
  "@kie-tools/kie-sandbox-fs" -> "@kie-tools/root-env" [ style = "dashed", color = "blue" ];
  "@kie-tools/kie-sandbox-fs" -> "@kie-tools/tsconfig" [ style = "dashed", color = "blue" ];
  "@kie-tools/kie-sandbox-helm-chart" -> "@kie-tools/cors-proxy-image" [ style = "solid", color = "black" ];
  "@kie-tools/kie-sandbox-helm-chart" -> "@kie-tools/kie-sandbox-extended-services-image" [ style = "solid", color = "black" ];
  "@kie-tools/kie-sandbox-helm-chart" -> "@kie-tools/kie-sandbox-webapp-image" [ style = "solid", color = "black" ];
  "@kie-tools/kie-sandbox-webapp-image" -> "@kie-tools/image-env-to-json" [ style = "solid", color = "black" ];
  "@kie-tools/kie-sandbox-webapp-image" -> "@kie-tools/online-editor" [ style = "solid", color = "black" ];
  "@kie-tools/kogito-management-console" -> "@kie-tools/image-builder" [ style = "dashed", color = "black" ];
  "@kie-tools/kogito-management-console" -> "@kie-tools/image-env-to-json" [ style = "dashed", color = "black" ];
  "@kie-tools/kogito-management-console" -> "@kie-tools/runtime-tools-management-console-webapp" [ style = "dashed", color = "black" ];
  "@kie-tools-core/kubernetes-bridge" -> "@kie-tools/cors-proxy-api" [ style = "solid", color = "purple" ];
  "@kie-tools/maven-base" -> "@kie-tools-core/drools-and-kogito" [ style = "solid", color = "black" ];
  "@kie-tools/maven-m2-repo-via-http-image" -> "@kie-tools/image-builder" [ style = "dashed", color = "black" ];
  "@kie-tools/maven-m2-repo-via-http-image" -> "@kie-tools/root-env" [ style = "dashed", color = "black" ];
  "@kie-tools-core/monaco-editor" -> "@kie-tools/eslint" [ style = "dashed", color = "purple" ];
  "@kie-tools-core/monaco-editor" -> "@kie-tools/root-env" [ style = "dashed", color = "purple" ];
  "@kie-tools-core/monaco-editor" -> "@kie-tools/tsconfig" [ style = "dashed", color = "purple" ];
  "@kie-tools-core/notifications" -> "@kie-tools-core/i18n" [ style = "solid", color = "purple" ];
  "@kie-tools-core/notifications" -> "@kie-tools-core/workspace" [ style = "solid", color = "purple" ];
  "@kie-tools/online-editor" -> "@kie-tools-core/k8s-yaml-to-apiserver-requests" [ style = "solid", color = "black" ];
  "@kie-tools/online-editor" -> "@kie-tools-core/kubernetes-bridge" [ style = "solid", color = "black" ];
  "@kie-tools/online-editor" -> "@kie-tools-core/workspaces-git-fs" [ style = "solid", color = "black" ];
  "@kie-tools/online-editor" -> "@kie-tools/bpmn-editor-envelope" [ style = "solid", color = "black" ];
  "@kie-tools/online-editor" -> "@kie-tools/dmn-editor-envelope" [ style = "solid", color = "black" ];
  "@kie-tools/online-editor" -> "@kie-tools/dmn-uniforms-patternfly-form-wrapper" [ style = "solid", color = "black" ];
  "@kie-tools/online-editor" -> "@kie-tools/kie-sandbox-extended-services-image-env" [ style = "solid", color = "black" ];
  "@kie-tools/online-editor" -> "@kie-tools/pmml-editor" [ style = "solid", color = "black" ];
  "@kie-tools/online-editor" -> "@kie-tools/unitables-dmn" [ style = "solid", color = "black" ];
  "@kie-tools/online-editor" -> "@kie-tools/cors-proxy" [ style = "dashed", color = "black" ];
  "@kie-tools/online-editor" -> "@kie-tools/kie-sandbox-accelerator-quarkus" [ style = "dashed", color = "black" ];
  "@kie-tools-core/operating-system" -> "@kie-tools/eslint" [ style = "dashed", color = "purple" ];
  "@kie-tools-core/operating-system" -> "@kie-tools/root-env" [ style = "dashed", color = "purple" ];
  "@kie-tools-core/operating-system" -> "@kie-tools/tsconfig" [ style = "dashed", color = "purple" ];
  "@kie-tools-core/patternfly-base" -> "@kie-tools/root-env" [ style = "dashed", color = "purple" ];
  "@kie-tools/playwright-base" -> "@kie-tools-scripts/run-script-if" [ style = "dashed", color = "blue" ];
  "@kie-tools/playwright-base" -> "@kie-tools/root-env" [ style = "dashed", color = "blue" ];
  "@kie-tools/pmml-editor" -> "@kie-tools-core/editor" [ style = "solid", color = "blue" ];
  "@kie-tools/pmml-editor" -> "@kie-tools-core/monaco-editor" [ style = "solid", color = "blue" ];
  "@kie-tools/pmml-editor" -> "@kie-tools/pmml-editor-marshaller" [ style = "solid", color = "blue" ];
  "@kie-tools/pmml-editor" -> "@kie-tools-core/webpack-base" [ style = "dashed", color = "blue" ];
  "@kie-tools/pmml-editor-marshaller" -> "@kie-tools/eslint" [ style = "dashed", color = "blue" ];
  "@kie-tools/pmml-editor-marshaller" -> "@kie-tools/jest-base" [ style = "dashed", color = "blue" ];
  "@kie-tools/pmml-editor-marshaller" -> "@kie-tools/tsconfig" [ style = "dashed", color = "blue" ];
  "pmml-vscode-extension" -> "@kie-tools-core/vscode-extension" [ style = "solid", color = "blue" ];
  "pmml-vscode-extension" -> "@kie-tools/pmml-editor" [ style = "solid", color = "blue" ];
  "@kie-tools/quarkus-bom" -> "@kie-tools/maven-base" [ style = "solid", color = "black" ];
  "@kie-tools-core/react-hooks" -> "@kie-tools/eslint" [ style = "dashed", color = "purple" ];
  "@kie-tools-core/react-hooks" -> "@kie-tools/root-env" [ style = "dashed", color = "purple" ];
  "@kie-tools-core/react-hooks" -> "@kie-tools/tsconfig" [ style = "dashed", color = "purple" ];
  "@kie-tools/runtime-tools-components" -> "@kie-tools-core/editor" [ style = "solid", color = "blue" ];
  "@kie-tools/runtime-tools-components" -> "@kie-tools/runtime-tools-shared-gateway-api" [ style = "solid", color = "blue" ];
  "@kie-tools/runtime-tools-components" -> "@kie-tools/uniforms-patternfly" [ style = "solid", color = "blue" ];
  "@kie-tools/runtime-tools-consoles-helm-chart" -> "@kie-tools/kogito-management-console" [ style = "solid", color = "black" ];
  "@kie-tools/runtime-tools-management-console-webapp" -> "@kie-tools-core/workspaces-git-fs" [ style = "solid", color = "blue" ];
  "@kie-tools/runtime-tools-management-console-webapp" -> "@kie-tools/jbpm-quarkus-devui" [ style = "dashed", color = "blue" ];
  "@kie-tools/runtime-tools-process-dev-ui-webapp" -> "@kie-tools/runtime-tools-process-webapp-components" [ style = "solid", color = "blue" ];
  "@kie-tools/runtime-tools-process-dev-ui-webapp" -> "@kie-tools/runtime-tools-shared-webapp-components" [ style = "solid", color = "blue" ];
  "@kie-tools/runtime-tools-process-enveloped-components" -> "@kie-tools-core/monaco-editor" [ style = "solid", color = "blue" ];
  "@kie-tools/runtime-tools-process-enveloped-components" -> "@kie-tools-core/react-hooks" [ style = "solid", color = "blue" ];
  "@kie-tools/runtime-tools-process-enveloped-components" -> "@kie-tools/i18n-common-dictionary" [ style = "solid", color = "blue" ];
  "@kie-tools/runtime-tools-process-enveloped-components" -> "@kie-tools/runtime-tools-components" [ style = "solid", color = "blue" ];
  "@kie-tools/runtime-tools-process-enveloped-components" -> "@kie-tools/runtime-tools-process-gateway-api" [ style = "solid", color = "blue" ];
  "@kie-tools/runtime-tools-process-enveloped-components" -> "@kie-tools-core/webpack-base" [ style = "dashed", color = "blue" ];
  "@kie-tools/runtime-tools-process-gateway-api" -> "@kie-tools/runtime-tools-shared-gateway-api" [ style = "solid", color = "blue" ];
  "@kie-tools/runtime-tools-process-webapp-components" -> "@kie-tools/runtime-tools-process-enveloped-components" [ style = "solid", color = "blue" ];
  "@kie-tools/runtime-tools-shared-gateway-api" -> "@kie-tools/eslint" [ style = "dashed", color = "blue" ];
  "@kie-tools/runtime-tools-shared-gateway-api" -> "@kie-tools/root-env" [ style = "dashed", color = "blue" ];
  "@kie-tools/runtime-tools-shared-gateway-api" -> "@kie-tools/tsconfig" [ style = "dashed", color = "blue" ];
  "@kie-tools/runtime-tools-shared-webapp-components" -> "@kie-tools/runtime-tools-components" [ style = "solid", color = "blue" ];
  "@kie-tools/scesim-editor" -> "@kie-tools-core/react-hooks" [ style = "solid", color = "blue" ];
  "@kie-tools/scesim-editor" -> "@kie-tools/boxed-expression-component" [ style = "solid", color = "blue" ];
  "@kie-tools/scesim-editor" -> "@kie-tools/scesim-marshaller" [ style = "solid", color = "blue" ];
  "@kie-tools/scesim-editor-envelope" -> "@kie-tools-core/editor" [ style = "solid", color = "blue" ];
  "@kie-tools/scesim-editor-envelope" -> "@kie-tools/scesim-editor" [ style = "solid", color = "blue" ];
  "@kie-tools/scesim-marshaller" -> "@kie-tools/xml-parser-ts-codegen" [ style = "dashed", color = "blue" ];
  "@kie-tools/spring-boot-bom" -> "@kie-tools/maven-base" [ style = "solid", color = "black" ];
  "@kie-tools/storybook-base" -> "@kie-tools-core/webpack-base" [ style = "dashed", color = "blue" ];
  "@kie-tools/storybook-base" -> "@kie-tools/eslint" [ style = "dashed", color = "blue" ];
  "@kie-tools/storybook-base" -> "@kie-tools/tsconfig" [ style = "dashed", color = "blue" ];
  "@kie-tools-core/switch-expression-ts" -> "@kie-tools/eslint" [ style = "dashed", color = "purple" ];
  "@kie-tools-core/switch-expression-ts" -> "@kie-tools/jest-base" [ style = "dashed", color = "purple" ];
  "@kie-tools-core/switch-expression-ts" -> "@kie-tools/tsconfig" [ style = "dashed", color = "purple" ];
  "@kie-tools/text-editor" -> "@kie-tools-core/editor" [ style = "solid", color = "blue" ];
  "@kie-tools/text-editor" -> "@kie-tools-core/monaco-editor" [ style = "solid", color = "blue" ];
  "@kie-tools/uniforms-patternfly" -> "@kie-tools/eslint" [ style = "dashed", color = "blue" ];
  "@kie-tools/uniforms-patternfly" -> "@kie-tools/jest-base" [ style = "dashed", color = "blue" ];
  "@kie-tools/uniforms-patternfly" -> "@kie-tools/tsconfig" [ style = "dashed", color = "blue" ];
  "@kie-tools/uniforms-patternfly-form-wrapper" -> "@kie-tools/dmn-runner" [ style = "solid", color = "blue" ];
  "@kie-tools/uniforms-patternfly-form-wrapper" -> "@kie-tools/i18n-common-dictionary" [ style = "solid", color = "blue" ];
  "@kie-tools/uniforms-patternfly-form-wrapper" -> "@kie-tools-core/webpack-base" [ style = "dashed", color = "blue" ];
  "@kie-tools/unitables" -> "@kie-tools/boxed-expression-component" [ style = "solid", color = "blue" ];
  "@kie-tools/unitables" -> "@kie-tools/dmn-runner" [ style = "solid", color = "blue" ];
  "@kie-tools/unitables-dmn" -> "@kie-tools/unitables" [ style = "solid", color = "blue" ];
  "@kie-tools-core/vscode-extension" -> "@kie-tools-core/editor" [ style = "solid", color = "purple" ];
  "@kie-tools-core/vscode-extension" -> "@kie-tools-core/vscode-java-code-completion" [ style = "solid", color = "purple" ];
  "@kie-tools/vscode-extension-common-test-helpers" -> "@kie-tools/tsconfig" [ style = "dashed", color = "blue" ];
  "vscode-extension-kie-ba-bundle" -> "@kie-tools-core/webpack-base" [ style = "dashed", color = "blue" ];
  "vscode-extension-kie-ba-bundle" -> "@kie-tools/eslint" [ style = "dashed", color = "blue" ];
  "vscode-extension-kie-ba-bundle" -> "@kie-tools/tsconfig" [ style = "dashed", color = "blue" ];
  "vscode-extension-kogito-bundle" -> "@kie-tools-core/webpack-base" [ style = "dashed", color = "blue" ];
  "vscode-extension-kogito-bundle" -> "@kie-tools/eslint" [ style = "dashed", color = "blue" ];
  "vscode-extension-kogito-bundle" -> "@kie-tools/tsconfig" [ style = "dashed", color = "blue" ];
  "@kie-tools-core/vscode-java-code-completion" -> "@kie-tools/eslint" [ style = "dashed", color = "purple" ];
  "@kie-tools-core/vscode-java-code-completion" -> "@kie-tools/root-env" [ style = "dashed", color = "purple" ];
  "@kie-tools-core/vscode-java-code-completion" -> "@kie-tools/tsconfig" [ style = "dashed", color = "purple" ];
  "@kie-tools/vscode-java-code-completion-extension-plugin" -> "@kie-tools/maven-base" [ style = "solid", color = "black" ];
  "@kie-tools-core/webpack-base" -> "@kie-tools/root-env" [ style = "dashed", color = "black" ];
  "@kie-tools-core/workspace" -> "@kie-tools-core/operating-system" [ style = "solid", color = "purple" ];
  "@kie-tools-core/workspaces-git-fs" -> "@kie-tools-core/envelope-bus" [ style = "solid", color = "purple" ];
  "@kie-tools-core/workspaces-git-fs" -> "@kie-tools-core/react-hooks" [ style = "solid", color = "purple" ];
  "@kie-tools-core/workspaces-git-fs" -> "@kie-tools-core/workspace" [ style = "solid", color = "purple" ];
  "@kie-tools-core/workspaces-git-fs" -> "@kie-tools/cors-proxy-api" [ style = "solid", color = "purple" ];
  "@kie-tools-core/workspaces-git-fs" -> "@kie-tools/kie-sandbox-fs" [ style = "solid", color = "purple" ];
  "@kie-tools/xml-parser-ts" -> "@kie-tools/eslint" [ style = "dashed", color = "blue" ];
  "@kie-tools/xml-parser-ts" -> "@kie-tools/jest-base" [ style = "dashed", color = "blue" ];
  "@kie-tools/xml-parser-ts" -> "@kie-tools/tsconfig" [ style = "dashed", color = "blue" ];
  "@kie-tools/xml-parser-ts-codegen" -> "@kie-tools/xml-parser-ts" [ style = "solid", color = "blue" ];
  "@kie-tools/xyflow-react-kie-diagram" -> "@kie-tools-core/operating-system" [ style = "solid", color = "blue" ];
  "@kie-tools/xyflow-react-kie-diagram" -> "@kie-tools-core/switch-expression-ts" [ style = "solid", color = "blue" ];
  "@kie-tools/xyflow-react-kie-diagram" -> "@kie-tools/i18n-common-dictionary" [ style = "dashed", color = "blue" ];
  "@kie-tools/xyflow-react-kie-diagram" -> "@kie-tools/xml-parser-ts" [ style = "dashed", color = "blue" ];
  "@kie-tools-scripts/bootstrap" -> "@kie-tools-scripts/build-env" [ style = "dashed", color = "black" ];
  "@kie-tools-scripts/build-env" -> "@kie-tools/tsconfig" [ style = "dashed", color = "blue" ];
  "@kie-tools-scripts/run-script-if" -> "@kie-tools/tsconfig" [ style = "dashed", color = "blue" ];
}
